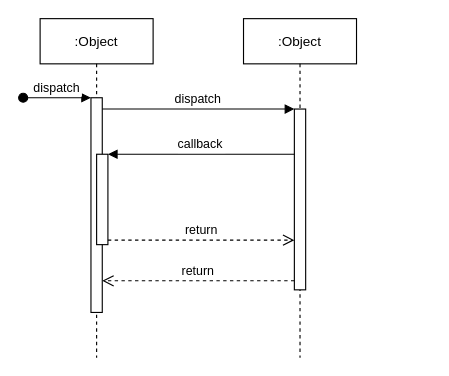
Before: 未命名绘图.drawio in laocang/drawio, a draw.io diagram. Source tidied: cells renumbered, new cells numbered last; positions are measured from the earlier drawing's top-left corner, leaving out a move shared by most shapes. Both pictures are drawn from the tidied source at 113%, with x=0, y=0 at pixel (23, 18).
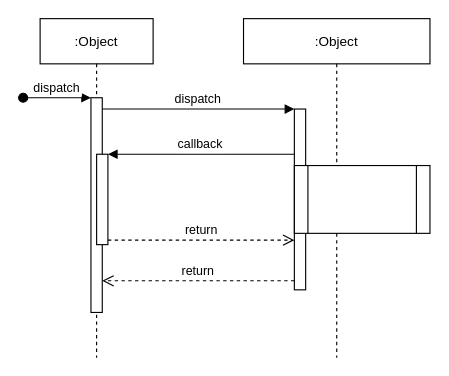
After the change.

Commit message:
更新未命名绘图.drawio

Diff of the diagram source:
```diff
@@
 <mxGraphModel>
   <root>
     <mxCell id="0" />
     <mxCell id="1" parent="0" />
     <mxCell id="2" value=":Object" style="shape=umlLifeline;perimeter=lifelinePerimeter;rounded=0;shadow=0;strokeWidth=1;" parent="1" vertex="1">
       <mxGeometry x="15" width="100" height="300" as="geometry" />
     </mxCell>
     <mxCell id="3" style="points=[];perimeter=orthogonalPerimeter;rounded=0;shadow=0;strokeWidth=1;" parent="2" vertex="1">
       <mxGeometry x="45" y="70" width="10" height="190" as="geometry" />
     </mxCell>
     <mxCell id="4" value="dispatch" style="verticalAlign=bottom;startArrow=oval;endArrow=block;startSize=8;shadow=0;strokeWidth=1;" parent="2" edge="1" target="3">
       <mxGeometry relative="1" as="geometry">
         <mxPoint x="-15" y="70" as="sourcePoint" />
       </mxGeometry>
     </mxCell>
     <mxCell id="5" style="points=[];perimeter=orthogonalPerimeter;rounded=0;shadow=0;strokeWidth=1;" parent="2" vertex="1">
       <mxGeometry x="50" y="120" width="10" height="80" as="geometry" />
     </mxCell>
     <mxCell id="6" value=":Object" style="shape=umlLifeline;perimeter=lifelinePerimeter;rounded=0;shadow=0;strokeWidth=1;" parent="1" vertex="1">
-      <mxGeometry x="195" width="100" height="300" as="geometry" />
+      <mxGeometry x="195" width="165" height="300" as="geometry" />
     </mxCell>
     <mxCell id="7" style="points=[];perimeter=orthogonalPerimeter;rounded=0;shadow=0;strokeWidth=1;" parent="6" vertex="1">
       <mxGeometry x="45" y="80" width="10" height="160" as="geometry" />
     </mxCell>
+    <mxCell id="12" style="shape=process;whiteSpace=wrap;html=1;backgroundOutline=1;" parent="6" vertex="1">
+      <mxGeometry x="45" y="130" width="120" height="60" as="geometry" />
+    </mxCell>
     <mxCell id="8" value="return" style="verticalAlign=bottom;endArrow=open;dashed=1;endSize=8;exitX=0;exitY=0.95;shadow=0;strokeWidth=1;" parent="1" edge="1" source="7" target="3">
       <mxGeometry relative="1" as="geometry" />
     </mxCell>
     <mxCell id="9" value="dispatch" style="verticalAlign=bottom;endArrow=block;entryX=0;entryY=0;shadow=0;strokeWidth=1;" parent="1" edge="1" source="3" target="7">
       <mxGeometry relative="1" as="geometry" />
     </mxCell>
     <mxCell id="10" value="callback" style="verticalAlign=bottom;endArrow=block;entryX=1;entryY=0;shadow=0;strokeWidth=1;" parent="1" edge="1" source="7" target="5">
       <mxGeometry relative="1" as="geometry" />
     </mxCell>
     <mxCell id="11" value="return" style="verticalAlign=bottom;endArrow=open;dashed=1;endSize=8;exitX=1;exitY=0.95;shadow=0;strokeWidth=1;" parent="1" edge="1" source="5" target="7">
       <mxGeometry relative="1" as="geometry" />
     </mxCell>
   </root>
 </mxGraphModel>
```
